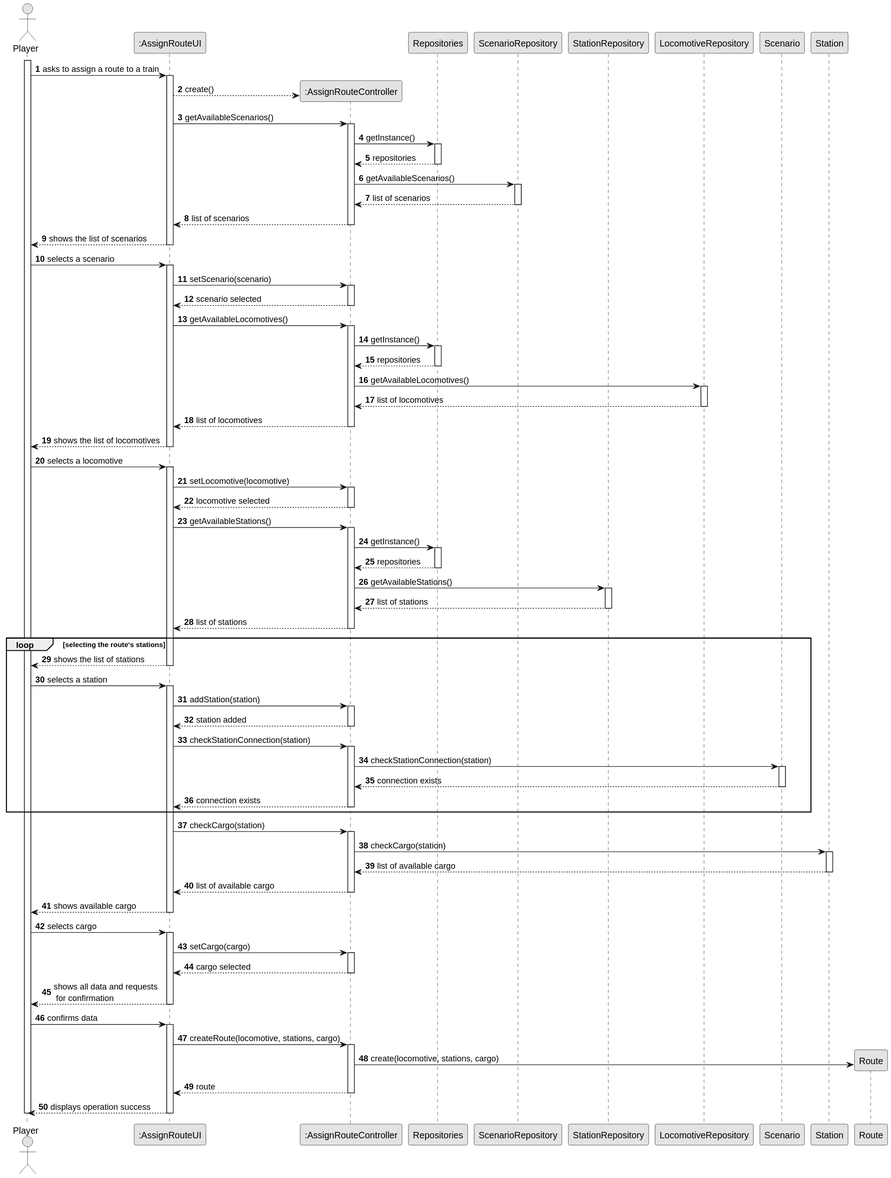
The PlantUML diagram Sprint2/US010/03.design/svg/US010-SD-full.svg in 1240935/pi2-railway-simulator, before a commit.
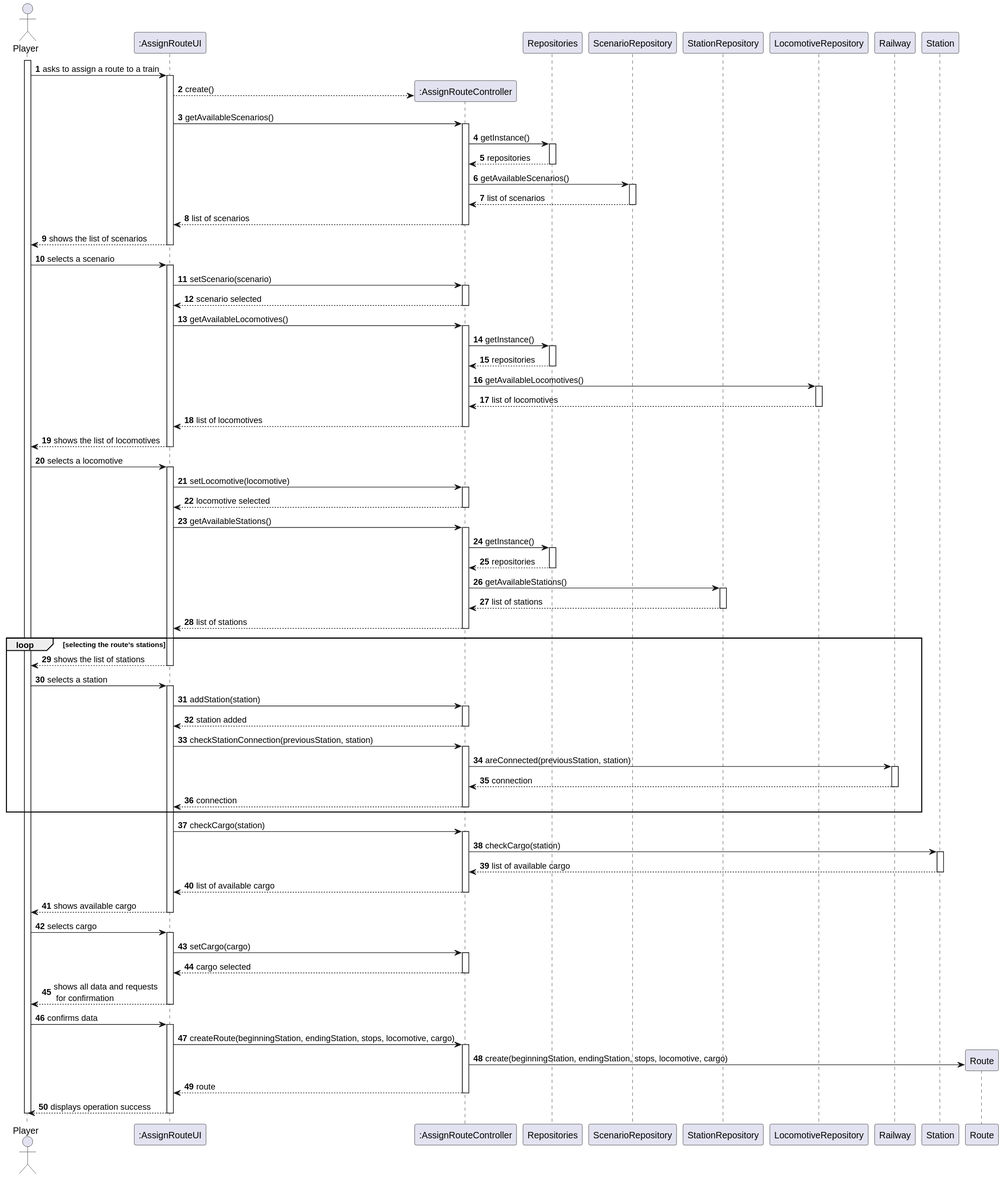
The same file after the commit.

Diff of the diagram source:
```diff
@@ -1,5 +1,4 @@
 @startuml
-skinparam monochrome true
 skinparam packageStyle rectangle
 skinparam shadowing false
 
@@ -12,7 +11,7 @@
     participant "ScenarioRepository" as SREPOS
     participant "StationRepository" as STREPOS
     participant "LocomotiveRepository" as LOCREPOS
-    participant "Scenario" as SCENARIO
+    participant "Railway" as RAILWAY
     participant "Station" as STATION
     participant "Route" as ROUTE
 
@@ -124,18 +123,21 @@
 
                 deactivate CTRL
 
-                UI -> CTRL : checkStationConnection(station)
-                activate CTRL
+                UI -> CTRL : checkStationConnection(previousStation, station)
+                   activate CTRL
 
-                CTRL -> SCENARIO : checkStationConnection(station)
-                    activate SCENARIO
+                       CTRL -> RAILWAY : areConnected(previousStation, station)
 
-                    SCENARIO --> CTRL : connection exists
-                    deactivate SCENARIO
+                       activate RAILWAY
 
-                    CTRL --> UI : connection exists
-                    deactivate CTRL
-                    end loop
+                           RAILWAY --> CTRL : connection
+                       deactivate RAILWAY
+
+                   CTRL --> UI : connection
+                   deactivate CTRL
+                end loop
+
+
 
                 UI -> CTRL : checkCargo(station)
                 activate CTRL
@@ -164,15 +166,15 @@
                 deactivate CTRL
 
     UI --> PLAYER: shows all data and requests \n for confirmation
-    deactivate  UI
+    deactivate UI
 
     PLAYER -> UI: confirms data
     activate UI
 
-    UI -> CTRL : createRoute(locomotive, stations, cargo)
+    UI -> CTRL : createRoute(beginningStation, endingStation, stops, locomotive, cargo)
     activate CTRL
 
-    CTRL -> ROUTE** : create(locomotive, stations, cargo)
+    CTRL -> ROUTE** : create(beginningStation, endingStation, stops, locomotive, cargo)
 
     CTRL --> UI : route
     deactivate CTRL
```
